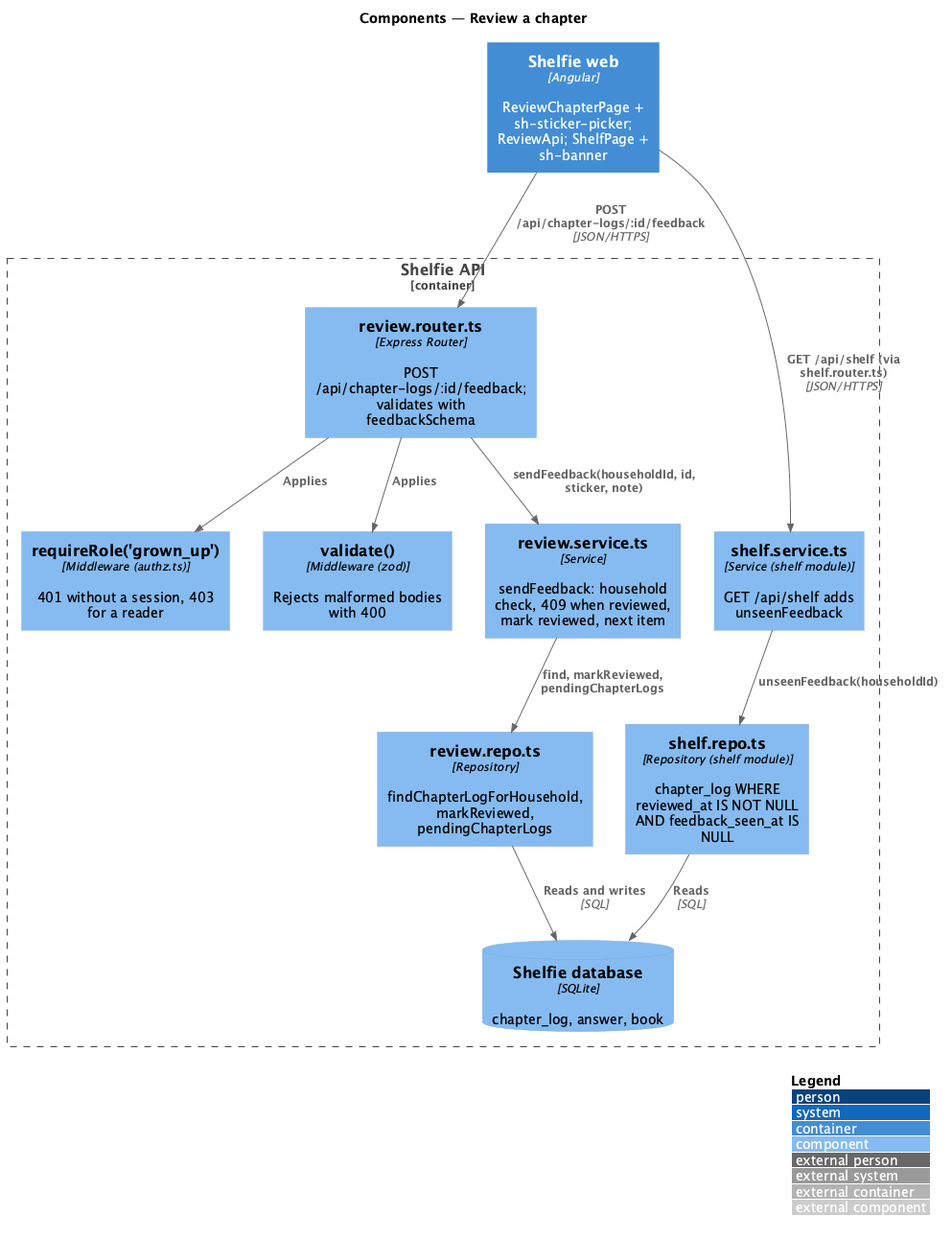
QuinntyneBrown/shelfie keeps this PlantUML diagram as docs/detailed-designs/review/review-chapter/diagrams/c4-component.png. Above is the earlier version.
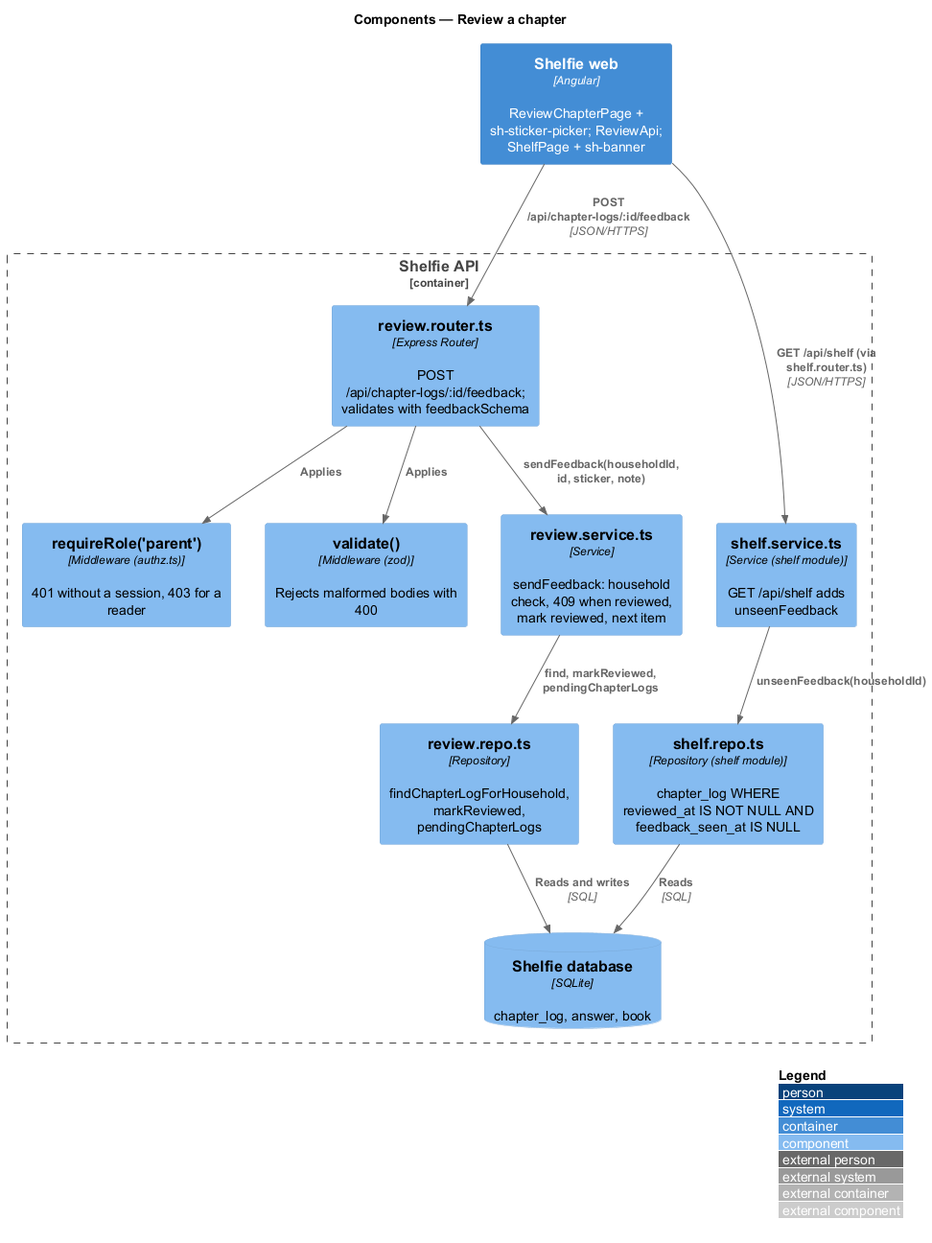
After the commit.

Diff of the diagram source:
```diff
@@ -6,7 +6,7 @@
 Container(web, "Shelfie web", "Angular", "ReviewChapterPage + sh-sticker-picker; ReviewApi; ShelfPage + sh-banner")
 Container_Boundary(api, "Shelfie API") {
   Component(router, "review.router.ts", "Express Router", "POST /api/chapter-logs/:id/feedback; validates with feedbackSchema")
-  Component(authz, "requireRole('grown_up')", "Middleware (authz.ts)", "401 without a session, 403 for a reader")
+  Component(authz, "requireRole('parent')", "Middleware (authz.ts)", "401 without a session, 403 for a reader")
   Component(validate, "validate()", "Middleware (zod)", "Rejects malformed bodies with 400")
   Component(service, "review.service.ts", "Service", "sendFeedback: household check, 409 when reviewed, mark reviewed, next item")
   Component(repo, "review.repo.ts", "Repository", "findChapterLogForHousehold, markReviewed, pendingChapterLogs")
```
